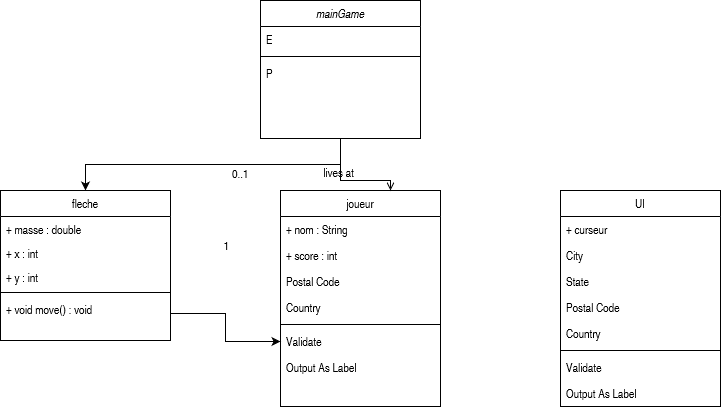
Earlier version of the draw.io export UMLDiagram.png (vbard1/mini-projet-2). Source tidied: cells renumbered, new cells last; positions are measured from the earlier drawing's top-left corner, leaving out a move shared by most shapes.
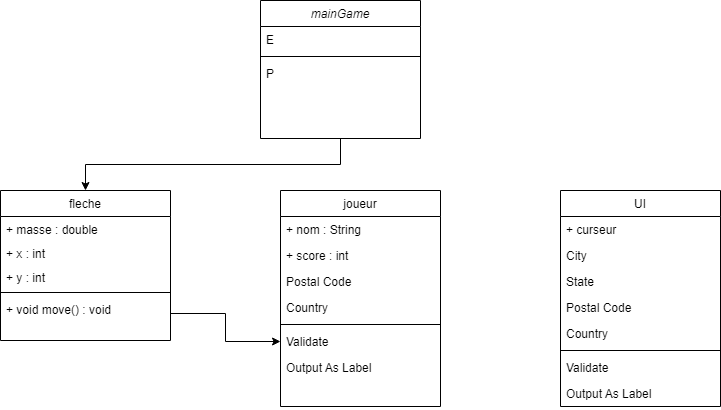
After the change.

Change to the diagram source:
```diff
@@ -59,33 +59,6 @@
     <mxCell id="20" value="Output As Label" style="text;align=left;verticalAlign=top;spacingLeft=4;spacingRight=4;overflow=hidden;" parent="13" vertex="1">
       <mxGeometry y="164" width="160" height="26" as="geometry" />
     </mxCell>
-    <mxCell id="21" style="endArrow=open;shadow=0;strokeWidth=1;rounded=0;endFill=1;edgeStyle=elbowEdgeStyle;elbow=vertical;exitX=0.5;exitY=1;exitDx=0;exitDy=0;" parent="1" edge="1" source="3" target="13">
-      <mxGeometry x="0.5" y="41" relative="1" as="geometry">
-        <Array as="points">
-          <mxPoint x="390" y="180" />
-          <mxPoint x="460" y="450" />
-          <mxPoint x="530" y="500" />
-          <mxPoint x="350" y="480" />
-          <mxPoint x="410" y="450" />
-        </Array>
-        <mxPoint x="-40" y="32" as="offset" />
-      </mxGeometry>
-    </mxCell>
-    <mxCell id="22" value="0..1" style="align=left;verticalAlign=bottom;labelBackgroundColor=none;fontSize=12;" parent="21" vertex="1">
-      <mxGeometry x="-1" relative="1" as="geometry">
-        <mxPoint x="-110" y="44" as="offset" />
-      </mxGeometry>
-    </mxCell>
-    <mxCell id="23" value="1" style="align=right;verticalAlign=bottom;labelBackgroundColor=none;fontSize=12;" parent="21" vertex="1">
-      <mxGeometry x="1" relative="1" as="geometry">
-        <mxPoint x="-160" y="64" as="offset" />
-      </mxGeometry>
-    </mxCell>
-    <mxCell id="24" value="lives at" style="text;html=1;align=center;verticalAlign=middle;labelBackgroundColor=none;rounded=0;shadow=0;strokeWidth=1;fontSize=12;" parent="21" vertex="1">
-      <mxGeometry x="0.5" y="49" relative="1" as="geometry">
-        <mxPoint x="-38" y="40" as="offset" />
-      </mxGeometry>
-    </mxCell>
     <mxCell id="25" value="UI" style="swimlane;fontStyle=0;align=center;verticalAlign=top;horizontal=1;startSize=26;rounded=0;shadow=0;strokeWidth=1;" parent="1" vertex="1">
       <mxGeometry x="560" y="190" width="160" height="216" as="geometry" />
     </mxCell>
```
